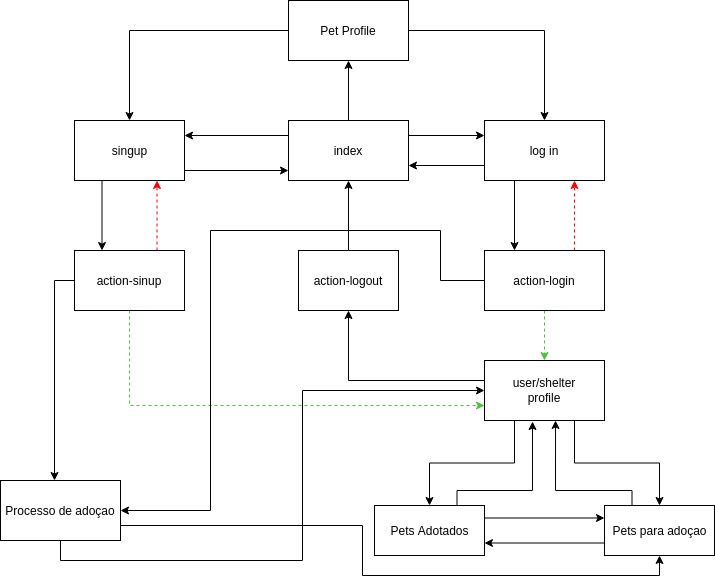
Earlier version of the draw.io export images/navigation_diagram.png (catarina03/FEUP-LTW-AdoptMe). Source tidied: cells renumbered, new cells last; positions are measured from the earlier drawing's top-left corner, leaving out a move shared by most shapes.
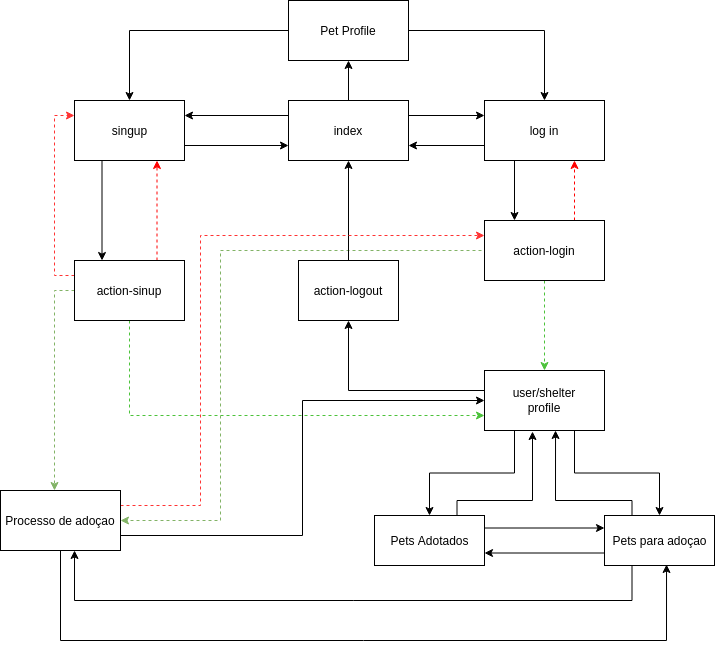
After the change.

Diff of the diagram source:
```diff
@@ -12,20 +12,16 @@
       <mxGeometry relative="1" as="geometry" />
     </mxCell>
     <mxCell id="5" value="index" style="rounded=0;whiteSpace=wrap;html=1;" parent="1" vertex="1">
-      <mxGeometry x="288" y="120" width="120" height="60" as="geometry" />
+      <mxGeometry x="288" y="90" width="120" height="60" as="geometry" />
     </mxCell>
-    <mxCell id="6" style="edgeStyle=orthogonalEdgeStyle;rounded=0;jettySize=auto;html=1;exitX=1;exitY=0.5;exitDx=0;exitDy=0;" parent="1" edge="1" source="8" target="5">
-      <mxGeometry relative="1" as="geometry">
-        <Array as="points">
-          <mxPoint x="184" y="170" />
-        </Array>
-      </mxGeometry>
+    <mxCell id="6" style="edgeStyle=orthogonalEdgeStyle;rounded=0;jettySize=auto;html=1;exitX=1;exitY=0.75;exitDx=0;exitDy=0;entryX=0;entryY=0.75;entryDx=0;entryDy=0;" parent="1" edge="1" source="8" target="5">
+      <mxGeometry relative="1" as="geometry" />
     </mxCell>
-    <mxCell id="7" style="edgeStyle=orthogonalEdgeStyle;rounded=0;jettySize=auto;html=1;exitX=0.25;exitY=1;exitDx=0;exitDy=0;entryX=0.25;entryY=0;entryDx=0;entryDy=0;strokeColor=#000000;" parent="1" edge="1" source="8" target="19">
+    <mxCell id="7" style="edgeStyle=orthogonalEdgeStyle;rounded=0;jettySize=auto;html=1;exitX=0.25;exitY=1;exitDx=0;exitDy=0;entryX=0.25;entryY=0;entryDx=0;entryDy=0;" parent="1" edge="1" source="8" target="19">
       <mxGeometry relative="1" as="geometry" />
     </mxCell>
     <mxCell id="8" value="singup" style="html=1;" parent="1" vertex="1">
-      <mxGeometry x="74" y="120" width="110" height="60" as="geometry" />
+      <mxGeometry x="74" y="90" width="110" height="60" as="geometry" />
     </mxCell>
     <mxCell id="9" style="edgeStyle=orthogonalEdgeStyle;rounded=0;jettySize=auto;html=1;exitX=0;exitY=0.75;exitDx=0;exitDy=0;entryX=1;entryY=0.75;entryDx=0;entryDy=0;" parent="1" edge="1" source="11" target="5">
       <mxGeometry relative="1" as="geometry" />
@@ -34,7 +30,7 @@
       <mxGeometry relative="1" as="geometry" />
     </mxCell>
     <mxCell id="11" value="log in" style="rounded=0;whiteSpace=wrap;html=1;" parent="1" vertex="1">
-      <mxGeometry x="484" y="120" width="120" height="60" as="geometry" />
+      <mxGeometry x="484" y="90" width="120" height="60" as="geometry" />
     </mxCell>
     <mxCell id="12" style="edgeStyle=orthogonalEdgeStyle;rounded=0;jettySize=auto;html=1;exitX=0;exitY=0.5;exitDx=0;exitDy=0;entryX=0.5;entryY=1;entryDx=0;entryDy=0;" parent="1" edge="1" source="15" target="25">
       <mxGeometry relative="1" as="geometry">
@@ -59,13 +55,16 @@
     <mxCell id="17" style="edgeStyle=orthogonalEdgeStyle;rounded=0;jettySize=auto;html=1;exitX=0.75;exitY=0;exitDx=0;exitDy=0;entryX=0.75;entryY=1;entryDx=0;entryDy=0;dashed=1;strokeColor=#FF0000;" parent="1" edge="1" source="19" target="8">
       <mxGeometry relative="1" as="geometry" />
     </mxCell>
-    <mxCell id="18" style="edgeStyle=orthogonalEdgeStyle;rounded=0;jettySize=auto;html=1;exitX=0;exitY=0.5;exitDx=0;exitDy=0;" parent="1" edge="1" source="19" target="37">
+    <mxCell id="18" style="edgeStyle=orthogonalEdgeStyle;rounded=0;jettySize=auto;html=1;exitX=0;exitY=0.5;exitDx=0;exitDy=0;dashed=1;fillColor=#d5e8d4;strokeColor=#82b366;" parent="1" edge="1" source="19" target="37">
       <mxGeometry relative="1" as="geometry">
         <Array as="points">
           <mxPoint x="54" y="280" />
         </Array>
       </mxGeometry>
     </mxCell>
+    <mxCell id="38" style="edgeStyle=orthogonalEdgeStyle;rounded=0;jettySize=auto;html=1;exitX=0;exitY=0.25;exitDx=0;exitDy=0;entryX=0;entryY=0.25;entryDx=0;entryDy=0;dashed=1;fillColor=#f8cecc;strokeColor=#FF3333;" parent="1" edge="1" source="19" target="8">
+      <mxGeometry relative="1" as="geometry" />
+    </mxCell>
     <mxCell id="19" value="action-sinup" style="rounded=0;whiteSpace=wrap;html=1;" parent="1" vertex="1">
       <mxGeometry x="74" y="250" width="110" height="60" as="geometry" />
     </mxCell>
@@ -75,18 +74,17 @@
     <mxCell id="21" style="edgeStyle=orthogonalEdgeStyle;rounded=0;jettySize=auto;html=1;exitX=0.75;exitY=0;exitDx=0;exitDy=0;entryX=0.75;entryY=1;entryDx=0;entryDy=0;dashed=1;strokeColor=#FF0000;" parent="1" edge="1" source="23" target="11">
       <mxGeometry relative="1" as="geometry" />
     </mxCell>
-    <mxCell id="22" style="edgeStyle=orthogonalEdgeStyle;rounded=0;jettySize=auto;html=1;exitX=0;exitY=0.5;exitDx=0;exitDy=0;entryX=1;entryY=0.5;entryDx=0;entryDy=0;" parent="1" edge="1" source="23" target="37">
+    <mxCell id="22" style="edgeStyle=orthogonalEdgeStyle;rounded=0;jettySize=auto;html=1;exitX=0;exitY=0.25;exitDx=0;exitDy=0;entryX=1;entryY=0.5;entryDx=0;entryDy=0;dashed=1;fillColor=#d5e8d4;strokeColor=#82b366;" parent="1" edge="1" source="23" target="37">
       <mxGeometry relative="1" as="geometry">
         <Array as="points">
-          <mxPoint x="440" y="280" />
-          <mxPoint x="440" y="230" />
-          <mxPoint x="210" y="230" />
-          <mxPoint x="210" y="510" />
+          <mxPoint x="484" y="240" />
+          <mxPoint x="220" y="240" />
+          <mxPoint x="220" y="510" />
         </Array>
       </mxGeometry>
     </mxCell>
     <mxCell id="23" value="action-login" style="rounded=0;whiteSpace=wrap;html=1;" parent="1" vertex="1">
-      <mxGeometry x="484" y="250" width="120" height="60" as="geometry" />
+      <mxGeometry x="484" y="210" width="120" height="60" as="geometry" />
     </mxCell>
     <mxCell id="24" style="edgeStyle=orthogonalEdgeStyle;rounded=0;jettySize=auto;html=1;exitX=0.5;exitY=0;exitDx=0;exitDy=0;entryX=0.5;entryY=1;entryDx=0;entryDy=0;" parent="1" edge="1" source="25" target="5">
       <mxGeometry relative="1" as="geometry" />
@@ -119,6 +117,14 @@
     <mxCell id="30" style="edgeStyle=orthogonalEdgeStyle;rounded=0;jettySize=auto;html=1;exitX=0;exitY=0.75;exitDx=0;exitDy=0;entryX=1;entryY=0.75;entryDx=0;entryDy=0;" parent="1" edge="1" source="31" target="28">
       <mxGeometry relative="1" as="geometry" />
     </mxCell>
+    <mxCell id="39" style="edgeStyle=orthogonalEdgeStyle;rounded=0;jettySize=auto;html=1;exitX=0.25;exitY=1;exitDx=0;exitDy=0;entryX=0.617;entryY=1;entryDx=0;entryDy=0;entryPerimeter=0;" parent="1" edge="1" source="31" target="37">
+      <mxGeometry relative="1" as="geometry">
+        <Array as="points">
+          <mxPoint x="632" y="590" />
+          <mxPoint x="74" y="590" />
+        </Array>
+      </mxGeometry>
+    </mxCell>
     <mxCell id="31" value="Pets para adoçao" style="html=1;" parent="1" vertex="1">
       <mxGeometry x="604" y="505" width="110" height="50" as="geometry" />
     </mxCell>
@@ -129,14 +135,27 @@
       <mxGeometry relative="1" as="geometry" />
     </mxCell>
     <mxCell id="34" value="Pet Profile" style="rounded=0;whiteSpace=wrap;html=1;" parent="1" vertex="1">
-      <mxGeometry x="288" width="120" height="60" as="geometry" />
+      <mxGeometry x="288" y="-10" width="120" height="60" as="geometry" />
     </mxCell>
-    <mxCell id="35" style="edgeStyle=orthogonalEdgeStyle;rounded=0;jettySize=auto;html=1;exitX=0.5;exitY=1;exitDx=0;exitDy=0;entryX=0;entryY=0.5;entryDx=0;entryDy=0;" parent="1" edge="1" source="37" target="15">
+    <mxCell id="35" style="edgeStyle=orthogonalEdgeStyle;rounded=0;jettySize=auto;html=1;exitX=1;exitY=0.75;exitDx=0;exitDy=0;entryX=0;entryY=0.5;entryDx=0;entryDy=0;" parent="1" edge="1" source="37" target="15">
       <mxGeometry relative="1" as="geometry" />
     </mxCell>
-    <mxCell id="36" style="edgeStyle=orthogonalEdgeStyle;rounded=0;jettySize=auto;html=1;exitX=1;exitY=0.75;exitDx=0;exitDy=0;entryX=0.5;entryY=1;entryDx=0;entryDy=0;" parent="1" edge="1" source="37" target="31">
-      <mxGeometry relative="1" as="geometry" />
+    <mxCell id="36" style="edgeStyle=orthogonalEdgeStyle;rounded=0;jettySize=auto;html=1;exitX=0.5;exitY=1;exitDx=0;exitDy=0;entryX=0.564;entryY=0.98;entryDx=0;entryDy=0;entryPerimeter=0;" parent="1" edge="1" source="37" target="31">
+      <mxGeometry relative="1" as="geometry">
+        <Array as="points">
+          <mxPoint x="60" y="630" />
+          <mxPoint x="666" y="630" />
+        </Array>
+      </mxGeometry>
     </mxCell>
+    <mxCell id="40" style="edgeStyle=orthogonalEdgeStyle;rounded=0;jettySize=auto;html=1;exitX=1;exitY=0.25;exitDx=0;exitDy=0;entryX=0;entryY=0.25;entryDx=0;entryDy=0;dashed=1;fillColor=#f8cecc;strokeColor=#FF3333;" parent="1" edge="1" source="37" target="23">
+      <mxGeometry relative="1" as="geometry">
+        <Array as="points">
+          <mxPoint x="200" y="495" />
+          <mxPoint x="200" y="225" />
+        </Array>
+      </mxGeometry>
+    </mxCell>
     <mxCell id="37" value="Processo de adoçao" style="rounded=0;whiteSpace=wrap;html=1;" parent="1" vertex="1">
       <mxGeometry y="480" width="120" height="60" as="geometry" />
     </mxCell>
```
